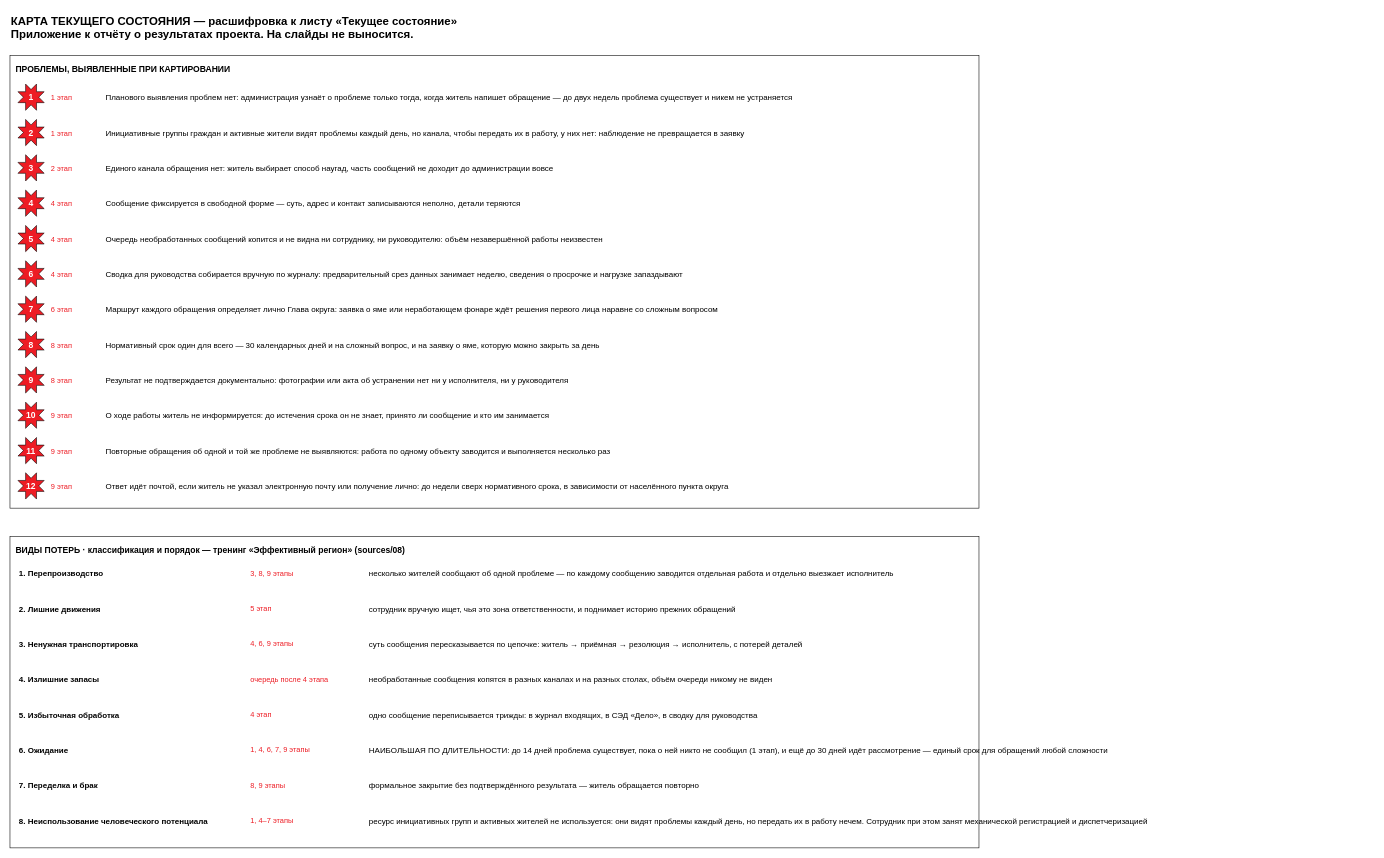
Before: page "Проблемы и потери" (2 of 2) of файлы/karta-tekushchego.drawio in NiceGenn/Team-28-progress, a draw.io diagram. Source tidied: cells renumbered, new cells numbered last; positions are measured from the earlier drawing's top-left corner, leaving out a move shared by most shapes. Both pictures are drawn from the tidied source at 57%, with x=0, y=0 at pixel (10, 10).
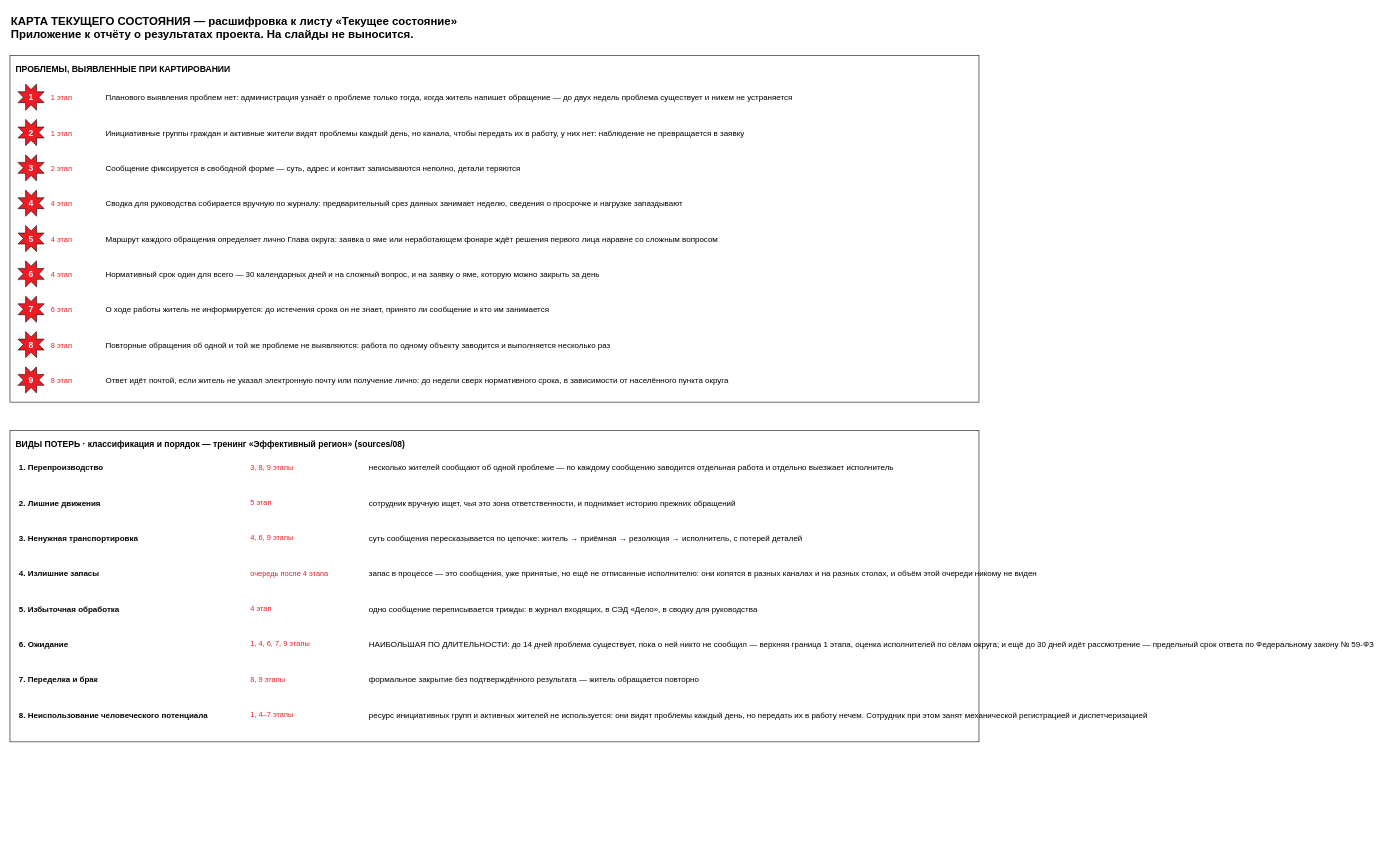
Above is the later version.

Diff of the diagram source:
```diff
@@
     <mxCell id="3" value="ПРОБЛЕМЫ, ВЫЯВЛЕННЫЕ ПРИ КАРТИРОВАНИИ" style="rounded=0;whiteSpace=wrap;html=1;fillColor=#FFFFFF;strokeColor=#000000;align=left;verticalAlign=top;fontSize=15;fontStyle=1;spacing=10;" parent="1" vertex="1">
-      <mxGeometry y="80" width="1700" height="794" as="geometry" />
+      <mxGeometry y="80" width="1700" height="608" as="geometry" />
     </mxCell>
@@
-    <mxCell id="12" value="Единого канала обращения нет: житель выбирает способ наугад, часть сообщений не доходит до администрации вовсе" style="text;html=1;align=left;verticalAlign=middle;fontSize=14;" parent="3" vertex="1">
+    <mxCell id="12" value="Сообщение фиксируется в свободной форме — суть, адрес и контакт записываются неполно, детали теряются" style="text;html=1;align=left;verticalAlign=middle;fontSize=14;" parent="3" vertex="1">
       <mxGeometry x="166" y="174" width="1516" height="48" as="geometry" />
     </mxCell>
@@
-    <mxCell id="15" value="Сообщение фиксируется в свободной форме — суть, адрес и контакт записываются неполно, детали теряются" style="text;html=1;align=left;verticalAlign=middle;fontSize=14;" parent="3" vertex="1">
+    <mxCell id="15" value="Сводка для руководства собирается вручную по журналу: предварительный срез данных занимает неделю, сведения о просрочке и нагрузке запаздывают" style="text;html=1;align=left;verticalAlign=middle;fontSize=14;" parent="3" vertex="1">
       <mxGeometry x="166" y="236" width="1516" height="48" as="geometry" />
     </mxCell>
@@
-    <mxCell id="18" value="Очередь необработанных сообщений копится и не видна ни сотруднику, ни руководителю: объём незавершённой работы неизвестен" style="text;html=1;align=left;verticalAlign=middle;fontSize=14;" parent="3" vertex="1">
+    <mxCell id="18" value="Маршрут каждого обращения определяет лично Глава округа: заявка о яме или неработающем фонаре ждёт решения первого лица наравне со сложным вопросом" style="text;html=1;align=left;verticalAlign=middle;fontSize=14;" parent="3" vertex="1">
       <mxGeometry x="166" y="298" width="1516" height="48" as="geometry" />
     </mxCell>
@@
-    <mxCell id="21" value="Сводка для руководства собирается вручную по журналу: предварительный срез данных занимает неделю, сведения о просрочке и нагрузке запаздывают" style="text;html=1;align=left;verticalAlign=middle;fontSize=14;" parent="3" vertex="1">
+    <mxCell id="21" value="Нормативный срок один для всего — 30 календарных дней и на сложный вопрос, и на заявку о яме, которую можно закрыть за день" style="text;html=1;align=left;verticalAlign=middle;fontSize=14;" parent="3" vertex="1">
       <mxGeometry x="166" y="360" width="1516" height="48" as="geometry" />
     </mxCell>
@@
-    <mxCell id="24" value="Маршрут каждого обращения определяет лично Глава округа: заявка о яме или неработающем фонаре ждёт решения первого лица наравне со сложным вопросом" style="text;html=1;align=left;verticalAlign=middle;fontSize=14;" parent="3" vertex="1">
+    <mxCell id="24" value="О ходе работы житель не информируется: до истечения срока он не знает, принято ли сообщение и кто им занимается" style="text;html=1;align=left;verticalAlign=middle;fontSize=14;" parent="3" vertex="1">
       <mxGeometry x="166" y="422" width="1516" height="48" as="geometry" />
     </mxCell>
@@
-    <mxCell id="27" value="Нормативный срок один для всего — 30 календарных дней и на сложный вопрос, и на заявку о яме, которую можно закрыть за день" style="text;html=1;align=left;verticalAlign=middle;fontSize=14;" parent="3" vertex="1">
+    <mxCell id="27" value="Повторные обращения об одной и той же проблеме не выявляются: работа по одному объекту заводится и выполняется несколько раз" style="text;html=1;align=left;verticalAlign=middle;fontSize=14;" parent="3" vertex="1">
       <mxGeometry x="166" y="484" width="1516" height="48" as="geometry" />
     </mxCell>
@@
-    <mxCell id="30" value="Результат не подтверждается документально: фотографии или акта об устранении нет ни у исполнителя, ни у руководителя" style="text;html=1;align=left;verticalAlign=middle;fontSize=14;" parent="3" vertex="1">
+    <mxCell id="30" value="Ответ идёт почтой, если житель не указал электронную почту или получение лично: до недели сверх нормативного срока, в зависимости от населённого пункта округа" style="text;html=1;align=left;verticalAlign=middle;fontSize=14;" parent="3" vertex="1">
       <mxGeometry x="166" y="546" width="1516" height="48" as="geometry" />
     </mxCell>
-    <mxCell id="31" value="10" style="shape=mxgraph.basic.8_point_star;whiteSpace=wrap;html=1;fillColor=#ED1C24;strokeColor=#000000;fontColor=#FFFFFF;fontStyle=1;fontSize=15;" parent="3" vertex="1">
-      <mxGeometry x="14" y="608" width="46" height="46" as="geometry" />
-    </mxCell>
-    <mxCell id="32" value="9 этап" style="text;html=1;align=left;verticalAlign=middle;fontSize=13;fontColor=#ED1C24;" parent="3" vertex="1">
-      <mxGeometry x="70" y="608" width="90" height="48" as="geometry" />
-    </mxCell>
-    <mxCell id="33" value="О ходе работы житель не информируется: до истечения срока он не знает, принято ли сообщение и кто им занимается" style="text;html=1;align=left;verticalAlign=middle;fontSize=14;" parent="3" vertex="1">
-      <mxGeometry x="166" y="608" width="1516" height="48" as="geometry" />
-    </mxCell>
-    <mxCell id="34" value="11" style="shape=mxgraph.basic.8_point_star;whiteSpace=wrap;html=1;fillColor=#ED1C24;strokeColor=#000000;fontColor=#FFFFFF;fontStyle=1;fontSize=15;" parent="3" vertex="1">
-      <mxGeometry x="14" y="670" width="46" height="46" as="geometry" />
-    </mxCell>
-    <mxCell id="35" value="9 этап" style="text;html=1;align=left;verticalAlign=middle;fontSize=13;fontColor=#ED1C24;" parent="3" vertex="1">
-      <mxGeometry x="70" y="670" width="90" height="48" as="geometry" />
-    </mxCell>
-    <mxCell id="36" value="Повторные обращения об одной и той же проблеме не выявляются: работа по одному объекту заводится и выполняется несколько раз" style="text;html=1;align=left;verticalAlign=middle;fontSize=14;" parent="3" vertex="1">
-      <mxGeometry x="166" y="670" width="1516" height="48" as="geometry" />
-    </mxCell>
-    <mxCell id="37" value="12" style="shape=mxgraph.basic.8_point_star;whiteSpace=wrap;html=1;fillColor=#ED1C24;strokeColor=#000000;fontColor=#FFFFFF;fontStyle=1;fontSize=15;" parent="3" vertex="1">
-      <mxGeometry x="14" y="732" width="46" height="46" as="geometry" />
-    </mxCell>
-    <mxCell id="38" value="9 этап" style="text;html=1;align=left;verticalAlign=middle;fontSize=13;fontColor=#ED1C24;" parent="3" vertex="1">
-      <mxGeometry x="70" y="732" width="90" height="48" as="geometry" />
-    </mxCell>
-    <mxCell id="39" value="Ответ идёт почтой, если житель не указал электронную почту или получение лично: до недели сверх нормативного срока, в зависимости от населённого пункта округа" style="text;html=1;align=left;verticalAlign=middle;fontSize=14;" parent="3" vertex="1">
-      <mxGeometry x="166" y="732" width="1516" height="48" as="geometry" />
-    </mxCell>
     <mxCell id="40" value="ВИДЫ ПОТЕРЬ  ·  классификация и порядок — тренинг «Эффективный регион» (sources/08)" style="rounded=0;whiteSpace=wrap;html=1;fillColor=#FFFFFF;strokeColor=#000000;align=left;verticalAlign=top;fontSize=15;fontStyle=1;spacing=10;" parent="1" vertex="1">
-      <mxGeometry y="924" width="1700" height="546" as="geometry" />
+      <mxGeometry y="738" width="1700" height="546" as="geometry" />
     </mxCell>
@@
-    <mxCell id="52" value="необработанные сообщения копятся в разных каналах и на разных столах, объём очереди никому не виден" style="text;html=1;align=left;verticalAlign=top;fontSize=14;" parent="40" vertex="1">
+    <mxCell id="52" value="запас в процессе — это сообщения, уже принятые, но ещё не отписанные исполнителю: они копятся в разных каналах и на разных столах, и объём этой очереди никому не виден" style="text;html=1;align=left;verticalAlign=top;fontSize=14;" parent="40" vertex="1">
       <mxGeometry x="628" y="236" width="1054" height="54" as="geometry" />
     </mxCell>
@@
-    <mxCell id="58" value="НАИБОЛЬШАЯ ПО ДЛИТЕЛЬНОСТИ: до 14 дней проблема существует, пока о ней никто не сообщил (1 этап), и ещё до 30 дней идёт рассмотрение — единый срок для обращений любой сложности" style="text;html=1;align=left;verticalAlign=top;fontSize=14;" parent="40" vertex="1">
+    <mxCell id="58" value="НАИБОЛЬШАЯ ПО ДЛИТЕЛЬНОСТИ: до 14 дней проблема существует, пока о ней никто не сообщил — верхняя граница 1 этапа, оценка исполнителей по сёлам округа; и ещё до 30 дней идёт рассмотрение — предельный срок ответа по Федеральному закону № 59-ФЗ" style="text;html=1;align=left;verticalAlign=top;fontSize=14;" parent="40" vertex="1">
       <mxGeometry x="628" y="360" width="1054" height="54" as="geometry" />
     </mxCell>
```
